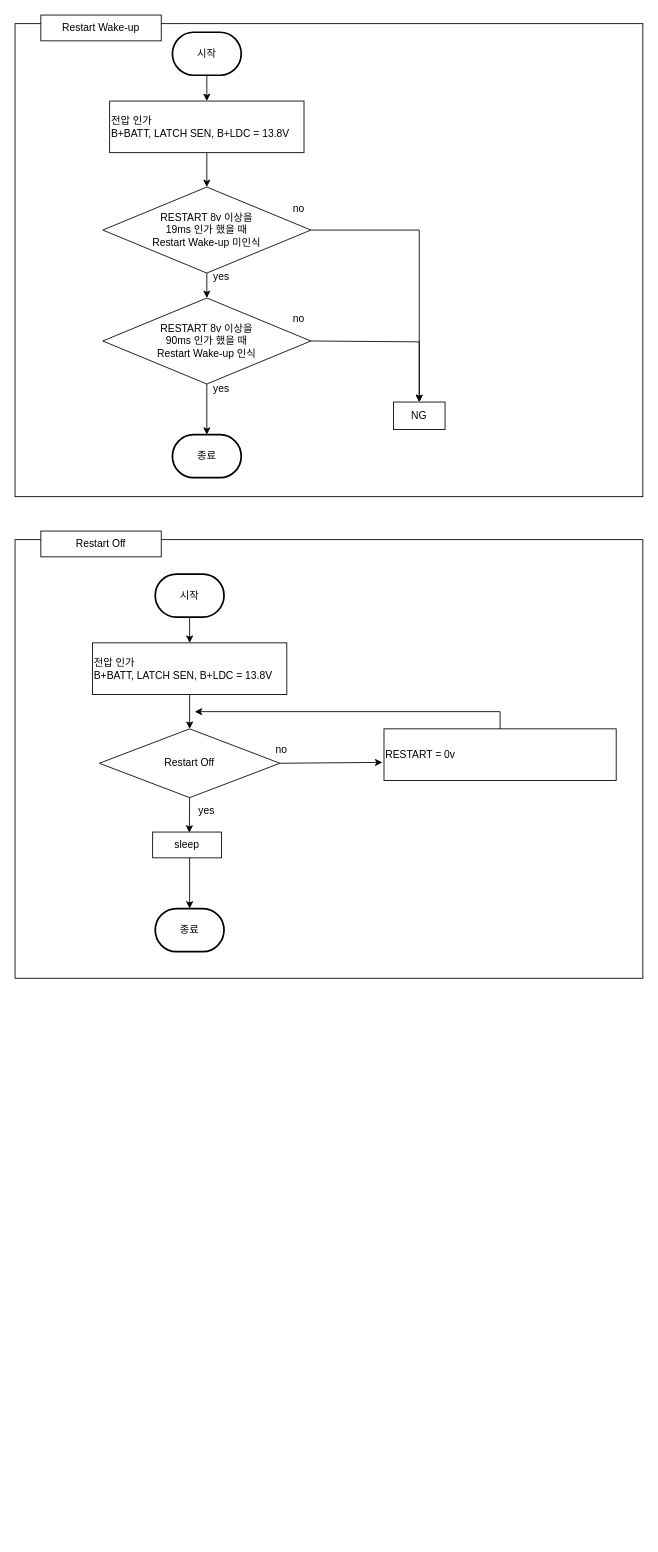
Earlier version of the draw.io diagram RESTART Wake-up.drawio (chaeyoonl/state-transition-diagram-test). Source tidied: cells renumbered, new cells numbered last; positions are measured from the earlier drawing's top-left corner, leaving out a move shared by most shapes. Both pictures are drawn from the tidied source at 86%, with x=0, y=0 at pixel (15, 15).
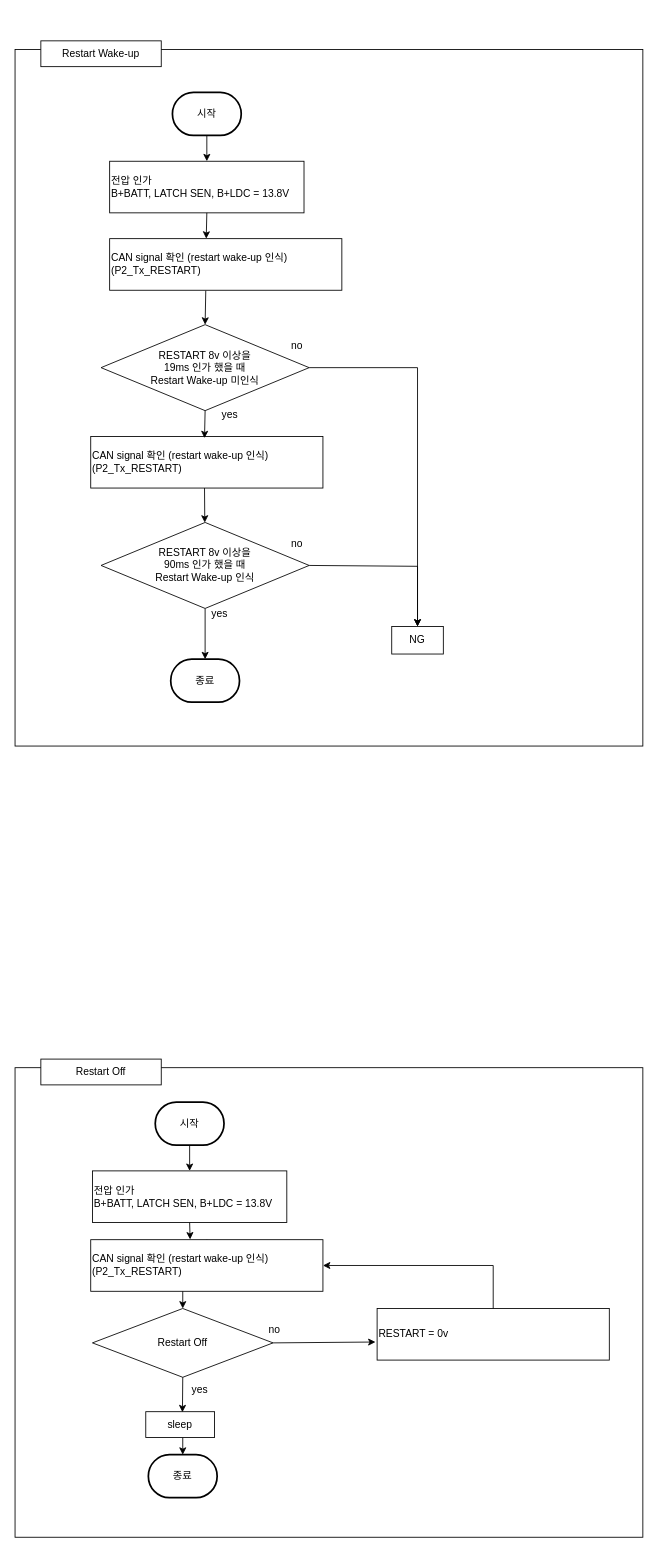
Above is the later version.

What changed in the source:
```diff
@@
     <mxCell id="2" style="rounded=0;whiteSpace=wrap;html=1;" parent="1" vertex="1">
-      <mxGeometry y="10" width="730" height="550" as="geometry" />
+      <mxGeometry y="40" width="730" height="810" as="geometry" />
     </mxCell>
     <mxCell id="3" value="시작" style="strokeWidth=2;html=1;shape=mxgraph.flowchart.terminator;whiteSpace=wrap;" parent="1" vertex="1">
-      <mxGeometry x="183" y="20" width="80" height="50" as="geometry" />
+      <mxGeometry x="183" y="90" width="80" height="50" as="geometry" />
     </mxCell>
     <mxCell id="4" value="종료" style="strokeWidth=2;html=1;shape=mxgraph.flowchart.terminator;whiteSpace=wrap;" parent="1" vertex="1">
-      <mxGeometry x="183" y="488" width="80" height="50" as="geometry" />
+      <mxGeometry x="181" y="749" width="80" height="50" as="geometry" />
     </mxCell>
     <mxCell id="5" value="전압 인가&lt;br&gt;B+BATT, LATCH SEN, B+LDC = 13.8V" style="rounded=0;whiteSpace=wrap;html=1;align=left;" parent="1" vertex="1">
-      <mxGeometry x="110" y="100" width="226" height="60" as="geometry" />
+      <mxGeometry x="110" y="170" width="226" height="60" as="geometry" />
     </mxCell>
     <mxCell id="6" value="RESTART 8v 이상을 &lt;br&gt;19ms 인가 했을 때 &lt;br&gt;Restart Wake-up 미인식" style="rhombus;whiteSpace=wrap;html=1;" parent="1" vertex="1">
-      <mxGeometry x="102" y="200" width="242" height="100" as="geometry" />
+      <mxGeometry x="100" y="360" width="242" height="100" as="geometry" />
     </mxCell>
-    <mxCell id="7" style="endArrow=classic;html=1;rounded=0;exitX=0.5;exitY=1;exitDx=0;exitDy=0;entryX=0.5;entryY=0;entryDx=0;entryDy=0;" parent="1" edge="1" source="5" target="6">
+    <mxCell id="7" style="endArrow=classic;html=1;rounded=0;entryX=0.5;entryY=0;entryDx=0;entryDy=0;exitX=0.414;exitY=1.005;exitDx=0;exitDy=0;exitPerimeter=0;" parent="1" edge="1" source="39" target="6">
       <mxGeometry relative="1" as="geometry" />
     </mxCell>
@@
     <mxCell id="9" style="endArrow=classic;html=1;rounded=0;exitX=0.5;exitY=1;exitDx=0;exitDy=0;entryX=0.5;entryY=0;entryDx=0;entryDy=0;entryPerimeter=0;" parent="1" edge="1" target="4">
       <mxGeometry relative="1" as="geometry">
-        <mxPoint x="223" y="429" as="sourcePoint" />
+        <mxPoint x="221" y="690" as="sourcePoint" />
       </mxGeometry>
     </mxCell>
     <mxCell id="10" value="Restart Wake-up" style="rounded=0;whiteSpace=wrap;html=1;" parent="1" vertex="1">
-      <mxGeometry x="30" width="140" height="30" as="geometry" />
+      <mxGeometry x="30" y="30" width="140" height="30" as="geometry" />
     </mxCell>
     <mxCell id="11" style="rounded=0;whiteSpace=wrap;html=1;" parent="1" vertex="1">
-      <mxGeometry y="610" width="730" height="510" as="geometry" />
+      <mxGeometry y="1224" width="730" height="546" as="geometry" />
     </mxCell>
     <mxCell id="12" value="시작" style="strokeWidth=2;html=1;shape=mxgraph.flowchart.terminator;whiteSpace=wrap;" parent="1" vertex="1">
-      <mxGeometry x="163" y="650" width="80" height="50" as="geometry" />
+      <mxGeometry x="163" y="1264" width="80" height="50" as="geometry" />
     </mxCell>
     <mxCell id="13" value="종료" style="strokeWidth=2;html=1;shape=mxgraph.flowchart.terminator;whiteSpace=wrap;" parent="1" vertex="1">
-      <mxGeometry x="163" y="1039" width="80" height="50" as="geometry" />
+      <mxGeometry x="155" y="1674" width="80" height="50" as="geometry" />
     </mxCell>
     <mxCell id="14" value="전압 인가&lt;br&gt;B+BATT, LATCH SEN, B+LDC = 13.8V" style="rounded=0;whiteSpace=wrap;html=1;align=left;" parent="1" vertex="1">
-      <mxGeometry x="90" y="730" width="226" height="60" as="geometry" />
+      <mxGeometry x="90" y="1344" width="226" height="60" as="geometry" />
     </mxCell>
     <mxCell id="15" value="Restart Off" style="rhombus;whiteSpace=wrap;html=1;" parent="1" vertex="1">
-      <mxGeometry x="98" y="830" width="210" height="80" as="geometry" />
+      <mxGeometry x="90" y="1504" width="210" height="80" as="geometry" />
     </mxCell>
-    <mxCell id="16" style="endArrow=classic;html=1;rounded=0;exitX=0.5;exitY=1;exitDx=0;exitDy=0;entryX=0.5;entryY=0;entryDx=0;entryDy=0;" parent="1" edge="1" source="14" target="15">
-      <mxGeometry relative="1" as="geometry" />
+    <mxCell id="16" style="endArrow=classic;html=1;rounded=0;exitX=0.5;exitY=1;exitDx=0;exitDy=0;entryX=0.5;entryY=0;entryDx=0;entryDy=0;" parent="1" edge="1" target="15">
+      <mxGeometry relative="1" as="geometry">
+        <mxPoint x="195" y="1464" as="sourcePoint" />
+      </mxGeometry>
     </mxCell>
@@
     <mxCell id="18" style="endArrow=classic;html=1;rounded=0;exitX=0.5;exitY=1;exitDx=0;exitDy=0;entryX=0.5;entryY=0;entryDx=0;entryDy=0;entryPerimeter=0;" parent="1" edge="1" target="13">
       <mxGeometry relative="1" as="geometry">
-        <mxPoint x="203" y="980" as="sourcePoint" />
+        <mxPoint x="195" y="1654" as="sourcePoint" />
       </mxGeometry>
     </mxCell>
     <mxCell id="19" value="RESTART = 0v" style="rounded=0;whiteSpace=wrap;html=1;align=left;" parent="1" vertex="1">
-      <mxGeometry x="429" y="830" width="270" height="60" as="geometry" />
+      <mxGeometry x="421" y="1504" width="270" height="60" as="geometry" />
     </mxCell>
@@
-    <mxCell id="21" style="endArrow=classic;html=1;rounded=0;exitX=0.5;exitY=0;exitDx=0;exitDy=0;" parent="1" edge="1" source="19">
+    <mxCell id="21" style="endArrow=classic;html=1;rounded=0;exitX=0.5;exitY=0;exitDx=0;exitDy=0;" parent="1" edge="1" source="37">
       <mxGeometry relative="1" as="geometry">
-        <mxPoint x="209" y="810" as="targetPoint" />
-        <Array as="points">
-          <mxPoint x="564" y="810" />
-        </Array>
+        <mxPoint x="201" y="1484" as="targetPoint" />
       </mxGeometry>
     </mxCell>
     <mxCell id="22" value="Restart&amp;nbsp;Off" style="rounded=0;whiteSpace=wrap;html=1;" parent="1" vertex="1">
-      <mxGeometry x="30" y="600" width="140" height="30" as="geometry" />
+      <mxGeometry x="30" y="1214" width="140" height="30" as="geometry" />
     </mxCell>
     <mxCell id="23" value="sleep" style="rounded=0;whiteSpace=wrap;html=1;align=center;" parent="1" vertex="1">
-      <mxGeometry x="160" y="950" width="80" height="30" as="geometry" />
+      <mxGeometry x="152" y="1624" width="80" height="30" as="geometry" />
     </mxCell>
@@
     <mxCell id="25" value="yes" style="text;html=1;strokeColor=none;fillColor=none;align=center;verticalAlign=middle;whiteSpace=wrap;rounded=0;" parent="1" vertex="1">
-      <mxGeometry x="210" y="420" width="60" height="30" as="geometry" />
+      <mxGeometry x="208" y="681" width="60" height="30" as="geometry" />
     </mxCell>
     <mxCell id="26" value="yes" style="text;html=1;strokeColor=none;fillColor=none;align=center;verticalAlign=middle;whiteSpace=wrap;rounded=0;" parent="1" vertex="1">
-      <mxGeometry x="193" y="910" width="60" height="30" as="geometry" />
+      <mxGeometry x="185" y="1584" width="60" height="30" as="geometry" />
     </mxCell>
     <mxCell id="27" value="no" style="text;html=1;strokeColor=none;fillColor=none;align=center;verticalAlign=middle;whiteSpace=wrap;rounded=0;" parent="1" vertex="1">
-      <mxGeometry x="300" y="210" width="60" height="30" as="geometry" />
+      <mxGeometry x="298" y="370" width="60" height="30" as="geometry" />
     </mxCell>
     <mxCell id="28" value="no" style="text;html=1;strokeColor=none;fillColor=none;align=center;verticalAlign=middle;whiteSpace=wrap;rounded=0;" parent="1" vertex="1">
-      <mxGeometry x="280" y="840" width="60" height="30" as="geometry" />
+      <mxGeometry x="272" y="1514" width="60" height="30" as="geometry" />
     </mxCell>
     <mxCell id="29" value="RESTART 8v 이상을 &lt;br&gt;90ms 인가 했을 때 &lt;br&gt;Restart Wake-up 인식" style="rhombus;whiteSpace=wrap;html=1;" parent="1" vertex="1">
-      <mxGeometry x="102" y="329" width="242" height="100" as="geometry" />
+      <mxGeometry x="100" y="590" width="242" height="100" as="geometry" />
     </mxCell>
     <mxCell id="30" value="no" style="text;html=1;strokeColor=none;fillColor=none;align=center;verticalAlign=middle;whiteSpace=wrap;rounded=0;" parent="1" vertex="1">
-      <mxGeometry x="300" y="339" width="60" height="30" as="geometry" />
+      <mxGeometry x="298" y="600" width="60" height="30" as="geometry" />
     </mxCell>
-    <mxCell id="31" style="endArrow=classic;html=1;rounded=0;exitX=0.5;exitY=1;exitDx=0;exitDy=0;" parent="1" edge="1" source="6" target="29">
+    <mxCell id="31" style="endArrow=classic;html=1;rounded=0;exitX=0.49;exitY=0.977;exitDx=0;exitDy=0;exitPerimeter=0;" parent="1" edge="1" source="41" target="29">
       <mxGeometry relative="1" as="geometry" />
     </mxCell>
     <mxCell id="32" value="NG" style="rounded=0;whiteSpace=wrap;html=1;align=center;" parent="1" vertex="1">
-      <mxGeometry x="440" y="450" width="60" height="32" as="geometry" />
+      <mxGeometry x="438" y="711" width="60" height="32" as="geometry" />
     </mxCell>
     <mxCell id="33" value="yes" style="text;html=1;strokeColor=none;fillColor=none;align=center;verticalAlign=middle;whiteSpace=wrap;rounded=0;" parent="1" vertex="1">
-      <mxGeometry x="210" y="290" width="60" height="30" as="geometry" />
+      <mxGeometry x="220" y="450" width="60" height="30" as="geometry" />
     </mxCell>
     <mxCell id="34" style="endArrow=classic;html=1;rounded=0;exitX=1;exitY=0.5;exitDx=0;exitDy=0;entryX=0.5;entryY=0;entryDx=0;entryDy=0;" parent="1" edge="1" source="6" target="32">
       <mxGeometry relative="1" as="geometry">
         <Array as="points">
-          <mxPoint x="470" y="250" />
+          <mxPoint x="468" y="410" />
         </Array>
       </mxGeometry>
     </mxCell>
     <mxCell id="35" style="endArrow=classic;html=1;rounded=0;exitX=1;exitY=0.5;exitDx=0;exitDy=0;" parent="1" edge="1" source="29">
       <mxGeometry relative="1" as="geometry">
-        <mxPoint x="470" y="450" as="targetPoint" />
+        <mxPoint x="468" y="711" as="targetPoint" />
         <Array as="points">
-          <mxPoint x="470" y="380" />
+          <mxPoint x="468" y="641" />
         </Array>
       </mxGeometry>
     </mxCell>
+    <mxCell id="36" style="endArrow=classic;html=1;rounded=0;exitX=0.5;exitY=0;exitDx=0;exitDy=0;" parent="1" edge="1" source="19" target="37">
+      <mxGeometry relative="1" as="geometry">
+        <Array as="points">
+          <mxPoint x="556" y="1454" />
+        </Array>
+      </mxGeometry>
+    </mxCell>
+    <mxCell id="37" value="CAN signal 확인 (restart wake-up 인식)&lt;br&gt;(P2_Tx_RESTART)" style="rounded=0;whiteSpace=wrap;html=1;align=left;" parent="1" vertex="1">
+      <mxGeometry x="88" y="1424" width="270" height="60" as="geometry" />
+    </mxCell>
+    <mxCell id="38" style="endArrow=classic;html=1;rounded=0;exitX=0.5;exitY=1;exitDx=0;exitDy=0;entryX=0.428;entryY=-0.005;entryDx=0;entryDy=0;entryPerimeter=0;" parent="1" edge="1" source="14" target="37">
+      <mxGeometry relative="1" as="geometry" />
+    </mxCell>
+    <mxCell id="39" value="CAN signal 확인 (restart wake-up 인식)&lt;br&gt;(P2_Tx_RESTART)" style="rounded=0;whiteSpace=wrap;html=1;align=left;" parent="1" vertex="1">
+      <mxGeometry x="110" y="260" width="270" height="60" as="geometry" />
+    </mxCell>
+    <mxCell id="40" style="endArrow=classic;html=1;rounded=0;exitX=0.5;exitY=1;exitDx=0;exitDy=0;entryX=0.416;entryY=0;entryDx=0;entryDy=0;entryPerimeter=0;" parent="1" edge="1" source="5" target="39">
+      <mxGeometry relative="1" as="geometry" />
+    </mxCell>
+    <mxCell id="41" value="CAN signal 확인 (restart wake-up 인식)&lt;br&gt;(P2_Tx_RESTART)" style="rounded=0;whiteSpace=wrap;html=1;align=left;" parent="1" vertex="1">
+      <mxGeometry x="88" y="490" width="270" height="60" as="geometry" />
+    </mxCell>
+    <mxCell id="42" style="endArrow=classic;html=1;rounded=0;exitX=0.5;exitY=1;exitDx=0;exitDy=0;entryX=0.49;entryY=0.033;entryDx=0;entryDy=0;entryPerimeter=0;" parent="1" edge="1" source="6" target="41">
+      <mxGeometry relative="1" as="geometry" />
+    </mxCell>
```
